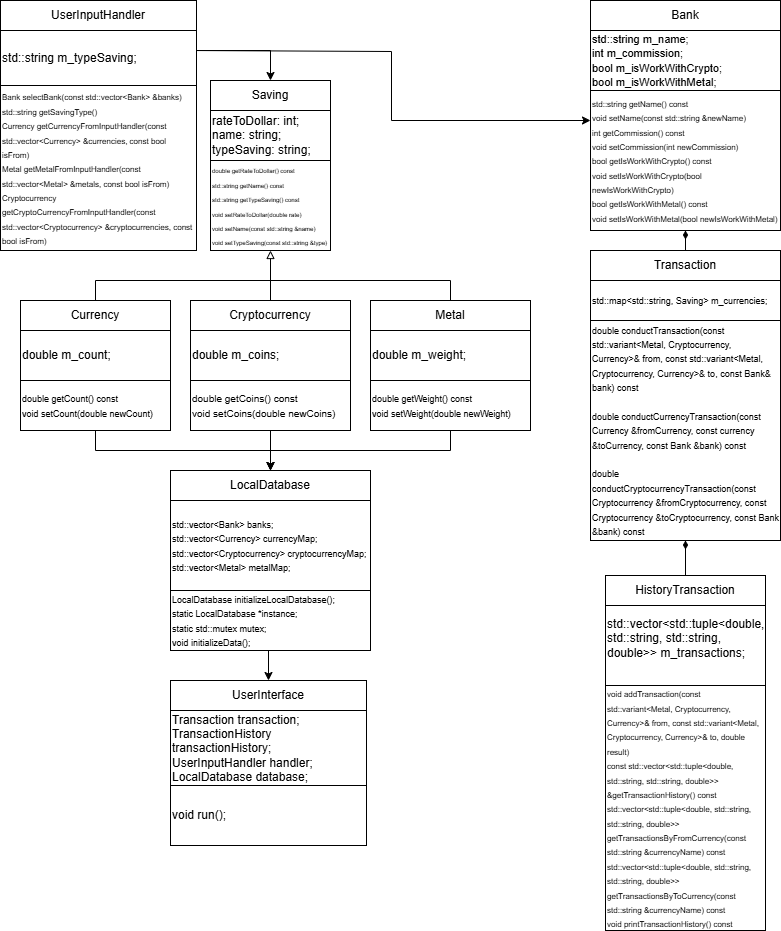
Earlier version of the draw.io export img/class-diagram/class-diagram.png (VitalikHey/CursWorkOOP). Source tidied: cells renumbered, new cells last; positions are measured from the earlier drawing's top-left corner, leaving out a move shared by most shapes.
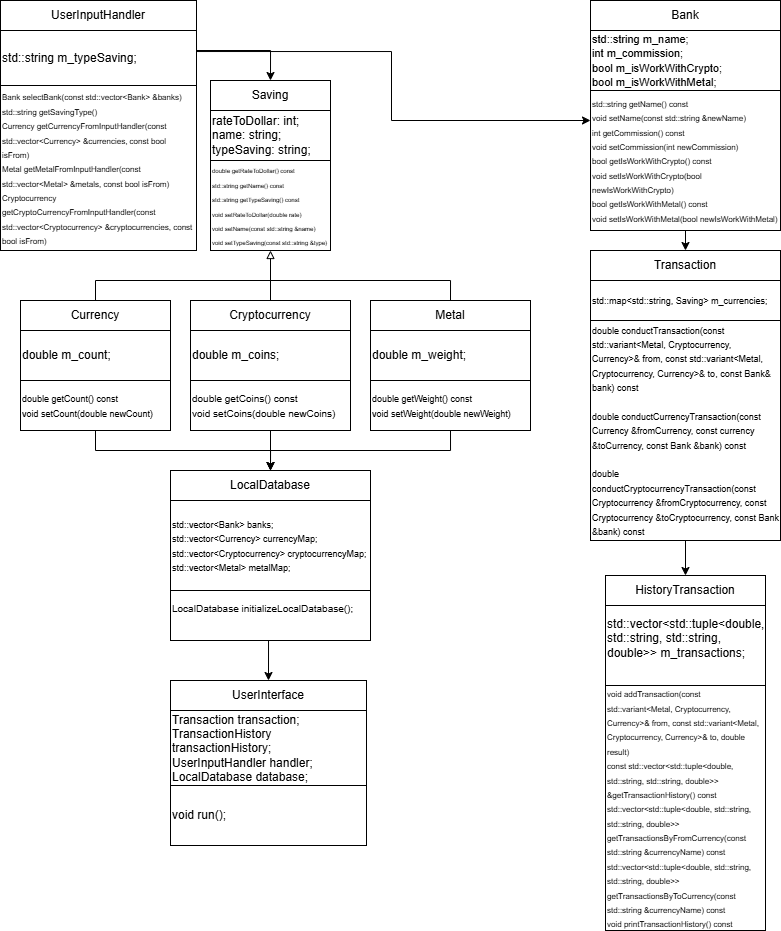
The same diagram one commit later.

Commit message:
Поправил схему классов

The edit, as a diff of the source:
```diff
@@ -66,6 +66,9 @@
     <mxCell id="19" value="&lt;div&gt;&lt;font style=&quot;font-size: 11px;&quot;&gt;std::string m_name;&lt;/font&gt;&lt;/div&gt;&lt;div&gt;&lt;font style=&quot;font-size: 11px;&quot;&gt;int m_commission;&lt;/font&gt;&lt;/div&gt;&lt;div&gt;&lt;font style=&quot;font-size: 11px;&quot;&gt;bool m_isWorkWithCrypto;&lt;/font&gt;&lt;/div&gt;&lt;div&gt;&lt;font style=&quot;font-size: 11px;&quot;&gt;bool m_isWorkWithMetal;&lt;/font&gt;&lt;/div&gt;" style="rounded=0;whiteSpace=wrap;html=1;align=left;" parent="1" vertex="1">
       <mxGeometry x="590" y="30" width="190" height="60" as="geometry" />
     </mxCell>
+    <mxCell id="45" style="edgeStyle=orthogonalEdgeStyle;rounded=0;jettySize=auto;html=1;exitX=0.5;exitY=1;exitDx=0;exitDy=0;entryX=0.5;entryY=0;entryDx=0;entryDy=0;" parent="1" edge="1" source="20" target="27">
+      <mxGeometry relative="1" as="geometry" />
+    </mxCell>
     <mxCell id="20" value="&lt;div&gt;&lt;font style=&quot;font-size: 8px;&quot;&gt;std::string getName() const&amp;nbsp;&lt;/font&gt;&lt;/div&gt;&lt;div&gt;&lt;font style=&quot;font-size: 8px;&quot;&gt;void setName(const std::string &amp;amp;newName)&amp;nbsp;&lt;/font&gt;&lt;/div&gt;&lt;div&gt;&lt;font style=&quot;font-size: 8px;&quot;&gt;int getCommission() const&lt;/font&gt;&lt;/div&gt;&lt;div&gt;&lt;font style=&quot;font-size: 8px;&quot;&gt;void setCommission(int newCommission)&lt;/font&gt;&lt;/div&gt;&lt;div&gt;&lt;font style=&quot;font-size: 8px;&quot;&gt;bool getIsWorkWithCrypto() const&amp;nbsp;&lt;/font&gt;&lt;/div&gt;&lt;div&gt;&lt;font style=&quot;font-size: 8px;&quot;&gt;void setIsWorkWithCrypto(bool newIsWorkWithCrypto)&amp;nbsp;&lt;/font&gt;&lt;/div&gt;&lt;div&gt;&lt;font style=&quot;font-size: 8px;&quot;&gt;bool getIsWorkWithMetal() const&amp;nbsp;&lt;/font&gt;&lt;/div&gt;&lt;div&gt;&lt;font style=&quot;font-size: 8px;&quot;&gt;void setIsWorkWithMetal(bool newIsWorkWithMetal)&amp;nbsp;&lt;/font&gt;&lt;/div&gt;" style="rounded=0;whiteSpace=wrap;html=1;align=left;" parent="1" vertex="1">
       <mxGeometry x="590" y="90" width="190" height="140" as="geometry" />
     </mxCell>
@@ -97,24 +100,18 @@
     <mxCell id="25" value="&lt;div&gt;&lt;font style=&quot;font-size: 8px;&quot;&gt;Bank selectBank(const std::vector&amp;lt;Bank&amp;gt; &amp;amp;banks)&amp;nbsp;&lt;/font&gt;&lt;/div&gt;&lt;div&gt;&lt;font style=&quot;font-size: 8px;&quot;&gt;std::string getSavingType()&lt;/font&gt;&lt;/div&gt;&lt;div&gt;&lt;font style=&quot;font-size: 8px;&quot;&gt;Currency getCurrencyFromInputHandler(const std::vector&amp;lt;Currency&amp;gt; &amp;amp;currencies, const bool isFrom)&amp;nbsp;&lt;/font&gt;&lt;/div&gt;&lt;div&gt;&lt;font style=&quot;font-size: 8px;&quot;&gt;Metal getMetalFromInputHandler(const std::vector&amp;lt;Metal&amp;gt; &amp;amp;metals, const bool isFrom)&amp;nbsp;&lt;/font&gt;&lt;/div&gt;&lt;div&gt;&lt;font style=&quot;font-size: 8px;&quot;&gt;Cryptocurrency getCryptoCurrencyFromInputHandler(const std::vector&amp;lt;Cryptocurrency&amp;gt; &amp;amp;cryptocurrencies, const bool isFrom)&amp;nbsp;&lt;/font&gt;&lt;/div&gt;" style="rounded=0;whiteSpace=wrap;html=1;align=left;" parent="1" vertex="1">
       <mxGeometry y="85" width="196" height="165" as="geometry" />
     </mxCell>
-    <mxCell id="26" style="edgeStyle=orthogonalEdgeStyle;rounded=0;jettySize=auto;html=1;endArrow=diamondThin;endFill=1;" parent="1" edge="1" source="27" target="20">
-      <mxGeometry relative="1" as="geometry" />
-    </mxCell>
     <mxCell id="27" value="Transaction" style="rounded=0;whiteSpace=wrap;html=1;" parent="1" vertex="1">
       <mxGeometry x="590" y="250" width="190" height="30" as="geometry" />
     </mxCell>
     <mxCell id="28" value="&lt;div&gt;&lt;font style=&quot;font-size: 9px;&quot;&gt;std::map&amp;lt;std::string, Saving&amp;gt; m_currencies;&lt;/font&gt;&lt;/div&gt;" style="rounded=0;whiteSpace=wrap;html=1;align=left;" parent="1" vertex="1">
       <mxGeometry x="590" y="280" width="190" height="40" as="geometry" />
     </mxCell>
-    <mxCell id="29" style="edgeStyle=orthogonalEdgeStyle;rounded=0;jettySize=auto;html=1;" parent="1" edge="1" source="30" target="33">
-      <mxGeometry relative="1" as="geometry" />
-    </mxCell>
+    <mxCell id="46" style="edgeStyle=orthogonalEdgeStyle;rounded=0;jettySize=auto;html=1;exitX=0.5;exitY=1;exitDx=0;exitDy=0;entryX=0.5;entryY=0;entryDx=0;entryDy=0;" parent="1" edge="1" source="30" target="32">
+      <mxGeometry relative="1" as="geometry" />
+    </mxCell>
     <mxCell id="30" value="&lt;div&gt;&lt;font style=&quot;font-size: 9px;&quot;&gt;double conductTransaction(const std::variant&amp;lt;Metal, Cryptocurrency, Currency&amp;gt;&amp;amp; from, const std::variant&amp;lt;Metal, Cryptocurrency, Currency&amp;gt;&amp;amp; to, const Bank&amp;amp; bank) const&lt;/font&gt;&lt;/div&gt;&lt;div&gt;&lt;font style=&quot;font-size: 9px;&quot;&gt;&lt;br&gt;&lt;/font&gt;&lt;/div&gt;&lt;div&gt;&lt;font style=&quot;font-size: 9px;&quot;&gt;double conductCurrencyTransaction(const Currency &amp;amp;fromCurrency, const сurrency &amp;amp;toCurrency, const Bank &amp;amp;bank) const&amp;nbsp;&lt;/font&gt;&lt;/div&gt;&lt;div&gt;&lt;font style=&quot;font-size: 9px;&quot;&gt;&lt;br&gt;&lt;/font&gt;&lt;/div&gt;&lt;div&gt;&lt;font style=&quot;font-size: 9px;&quot;&gt;double conductCryptocurrencyTransaction(const Cryptocurrency &amp;amp;fromCryptocurrency, const Cryptocurrency &amp;amp;toCryptocurrency, const Bank &amp;amp;bank) const&amp;nbsp;&lt;/font&gt;&lt;/div&gt;" style="rounded=0;whiteSpace=wrap;html=1;align=left;" parent="1" vertex="1">
       <mxGeometry x="590" y="320" width="190" height="220" as="geometry" />
     </mxCell>
-    <mxCell id="31" style="edgeStyle=orthogonalEdgeStyle;rounded=0;jettySize=auto;html=1;endArrow=diamondThin;endFill=1;" parent="1" edge="1" source="32" target="30">
-      <mxGeometry relative="1" as="geometry" />
-    </mxCell>
     <mxCell id="32" value="HistoryTransaction" style="rounded=0;whiteSpace=wrap;html=1;" parent="1" vertex="1">
       <mxGeometry x="605" y="575" width="160" height="30" as="geometry" />
     </mxCell>
@@ -149,8 +146,8 @@
         </Array>
       </mxGeometry>
     </mxCell>
-    <mxCell id="42" value="&lt;div&gt;&lt;font style=&quot;font-size: 9px;&quot;&gt;LocalDatabase initializeLocalDatabase();&lt;/font&gt;&lt;/div&gt;&lt;div&gt;&lt;div&gt;&lt;font style=&quot;font-size: 9px;&quot;&gt;static LocalDatabase *instance;&lt;/font&gt;&lt;/div&gt;&lt;div&gt;&lt;font style=&quot;font-size: 9px;&quot;&gt;static std::mutex mutex;&lt;/font&gt;&lt;/div&gt;&lt;/div&gt;&lt;div&gt;&lt;font style=&quot;&quot;&gt;&lt;font style=&quot;font-size: 9px;&quot;&gt;void initializeData();&lt;/font&gt;&lt;/font&gt;&lt;/div&gt;" style="rounded=0;whiteSpace=wrap;html=1;align=left;" parent="1" vertex="1">
-      <mxGeometry x="170" y="590" width="200" height="60" as="geometry" />
+    <mxCell id="42" value="&lt;div&gt;&lt;font style=&quot;font-size: 10px;&quot;&gt;LocalDatabase initializeLocalDatabase();&lt;/font&gt;&lt;/div&gt;&lt;div&gt;&lt;br&gt;&lt;/div&gt;" style="rounded=0;whiteSpace=wrap;html=1;align=left;" parent="1" vertex="1">
+      <mxGeometry x="170" y="590" width="200" height="50" as="geometry" />
     </mxCell>
     <mxCell id="43" style="edgeStyle=orthogonalEdgeStyle;rounded=0;jettySize=auto;html=1;endArrow=block;endFill=0;entryX=0.5;entryY=1;entryDx=0;entryDy=0;" parent="1" edge="1" source="9" target="3">
       <mxGeometry relative="1" as="geometry" />
```
